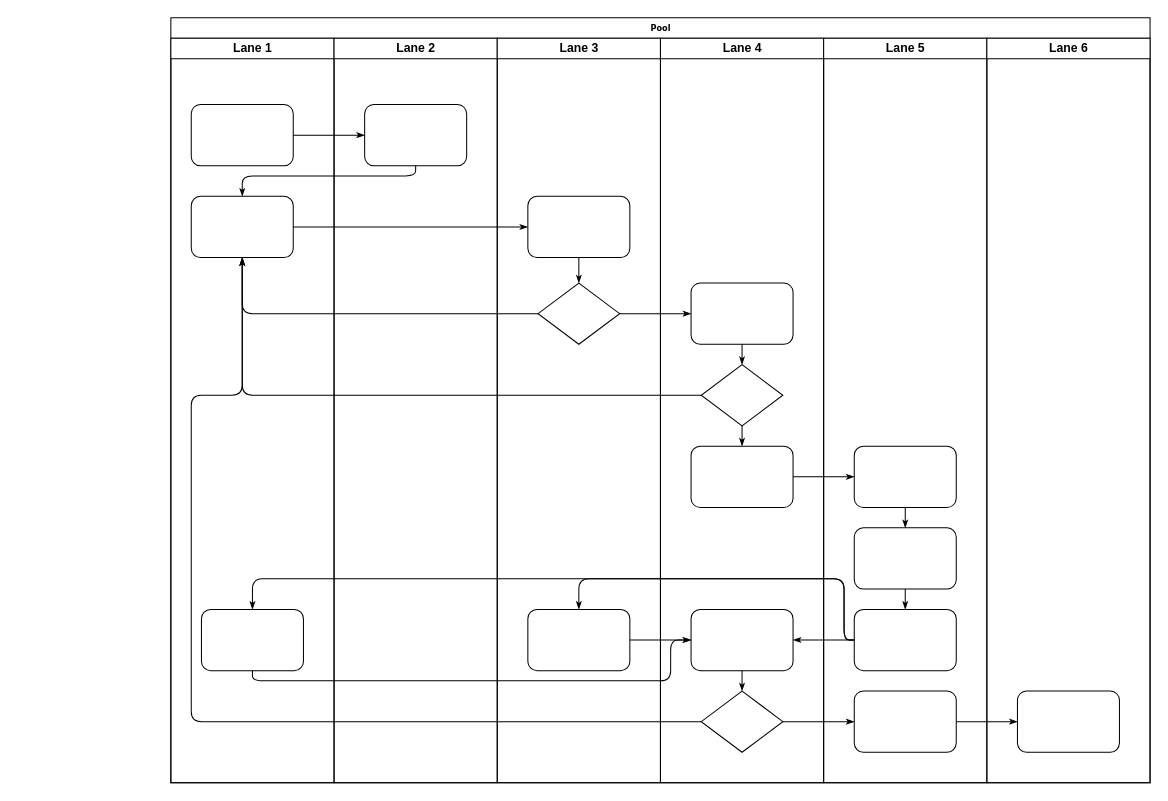
Above: Untitled Diagram.drawio in osiris0607/Project (draw.io), before the change. Source tidied: cells renumbered, new cells numbered last; positions are measured from the earlier drawing's top-left corner, leaving out a move shared by most shapes. Both pictures are drawn from the tidied source at 102%, with x=0, y=0 at pixel (170, 17).
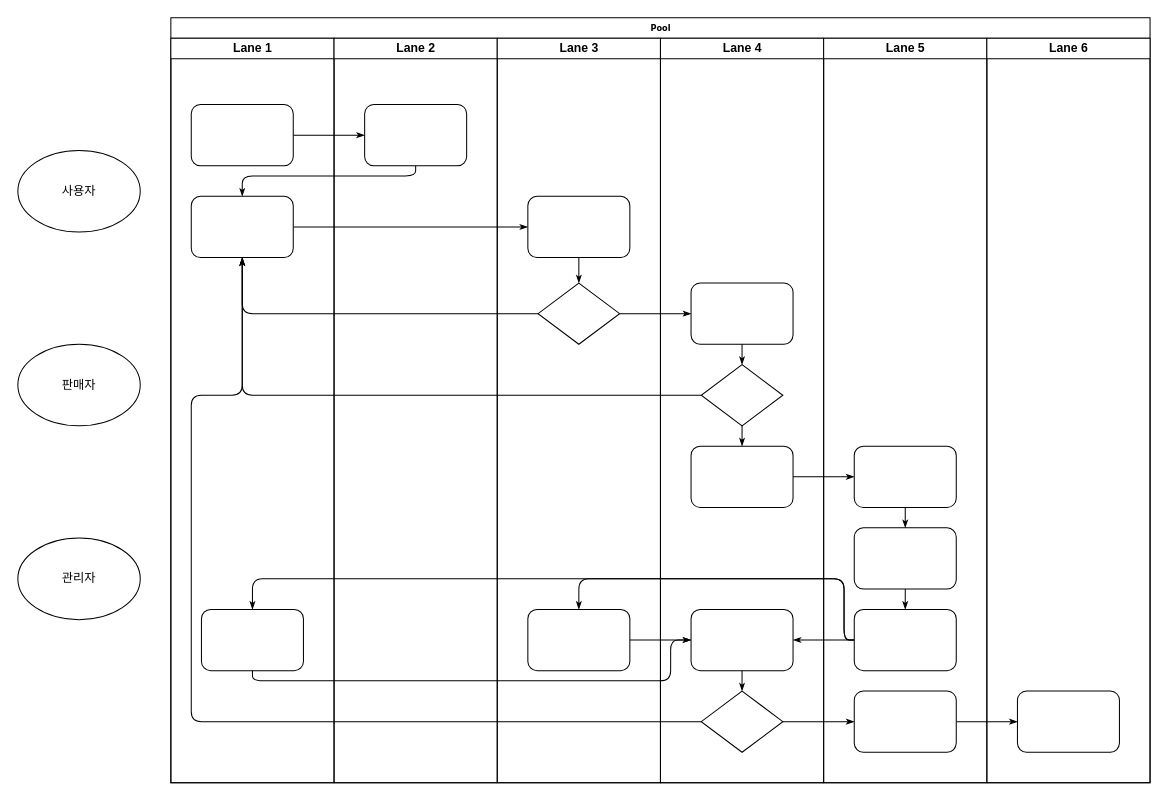
After the change.

What changed in the source:
```diff
@@
+    <mxCell id="47" value="사용자" style="ellipse;whiteSpace=wrap;html=1;" parent="1" vertex="1">
+      <mxGeometry x="-150" y="130" width="120" height="80" as="geometry" />
+    </mxCell>
+    <mxCell id="48" value="판매자" style="ellipse;whiteSpace=wrap;html=1;" parent="1" vertex="1">
+      <mxGeometry x="-150" y="320" width="120" height="80" as="geometry" />
+    </mxCell>
+    <mxCell id="49" value="관리자" style="ellipse;whiteSpace=wrap;html=1;" parent="1" vertex="1">
+      <mxGeometry x="-150" y="510" width="120" height="80" as="geometry" />
+    </mxCell>
```
